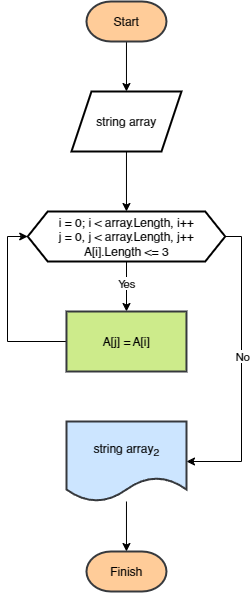
The draw.io diagram 2.drawio.png in PJS00/GB_Base_unit, before a commit. Source tidied: cells renumbered, new cells last; positions are measured from the earlier drawing's top-left corner, leaving out a move shared by most shapes.
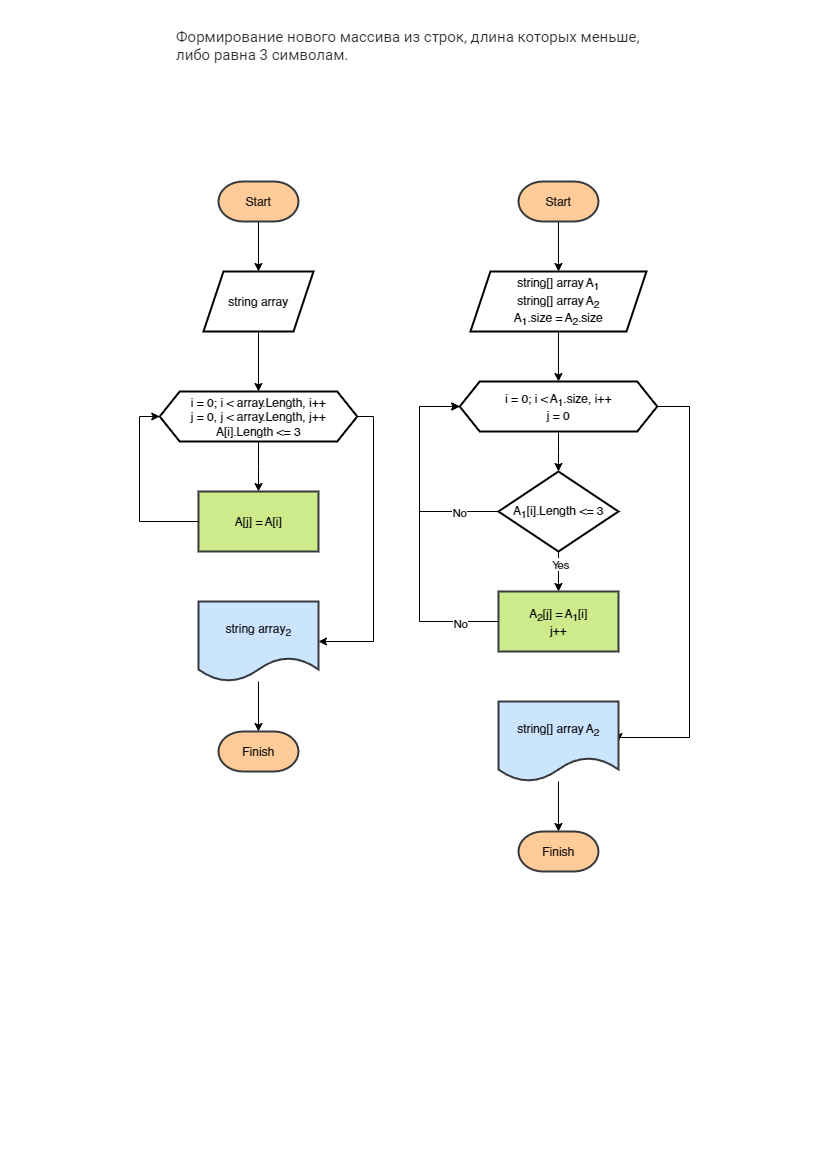
After the change.

Diff of the diagram source:
```diff
@@ -1,26 +1,26 @@
 <mxGraphModel>
   <root>
-    <mxCell id="0" />
-    <mxCell id="1" parent="0" />
-    <mxCell id="2" style="edgeStyle=orthogonalEdgeStyle;rounded=0;jettySize=auto;html=1;" parent="1" edge="1" source="3" target="5">
-      <mxGeometry relative="1" as="geometry" />
-    </mxCell>
-    <mxCell id="3" value="Start" style="strokeWidth=2;html=1;shape=mxgraph.flowchart.terminator;whiteSpace=wrap;fillColor=#ffcc99;strokeColor=#36393d;" parent="1" vertex="1">
-      <mxGeometry x="79" width="80" height="40" as="geometry" />
-    </mxCell>
+    <mxCell id="16" />
+    <mxCell id="17" parent="16" />
+    <mxCell id="18" value="&lt;span style=&quot;color: rgb(44, 45, 48); font-family: Onest, Roboto, &amp;quot;San Francisco&amp;quot;, &amp;quot;Helvetica Neue&amp;quot;, Helvetica, Arial; font-size: 15px; background-color: rgb(255, 255, 255);&quot;&gt;Формирование нового массива из строк, длина которых меньше, либо равна 3 символам.&lt;/span&gt;" style="text;whiteSpace=wrap;html=1;" parent="17" vertex="1">
+      <mxGeometry x="35" y="-160" width="480" height="40" as="geometry" />
+    </mxCell>
+    <mxCell id="19" style="edgeStyle=orthogonalEdgeStyle;rounded=0;jettySize=auto;html=1;" parent="17" edge="1" source="20" target="5">
+      <mxGeometry relative="1" as="geometry" />
+    </mxCell>
+    <mxCell id="20" value="Start" style="strokeWidth=2;html=1;shape=mxgraph.flowchart.terminator;whiteSpace=wrap;fillColor=#ffcc99;strokeColor=#36393d;" parent="17" vertex="1">
+      <mxGeometry x="79" width="80" height="40" as="geometry" />
+    </mxCell>
-    <mxCell id="4" style="edgeStyle=orthogonalEdgeStyle;rounded=0;jettySize=auto;html=1;entryX=0.5;entryY=0;entryDx=0;entryDy=0;" parent="1" edge="1" source="5" target="10">
+    <mxCell id="4" style="edgeStyle=orthogonalEdgeStyle;rounded=0;jettySize=auto;html=1;entryX=0.5;entryY=0;entryDx=0;entryDy=0;" parent="17" edge="1" source="5" target="10">
       <mxGeometry relative="1" as="geometry" />
     </mxCell>
-    <mxCell id="5" value="string array" style="shape=parallelogram;perimeter=parallelogramPerimeter;whiteSpace=wrap;html=1;fixedSize=1;strokeWidth=2;" parent="1" vertex="1">
+    <mxCell id="5" value="string array" style="shape=parallelogram;perimeter=parallelogramPerimeter;whiteSpace=wrap;html=1;fixedSize=1;strokeWidth=2;" parent="17" vertex="1">
       <mxGeometry x="64" y="90" width="110" height="60" as="geometry" />
     </mxCell>
-    <mxCell id="6" style="edgeStyle=orthogonalEdgeStyle;rounded=0;jettySize=auto;html=1;" parent="1" edge="1" source="10" target="12">
+    <mxCell id="6" style="edgeStyle=orthogonalEdgeStyle;rounded=0;jettySize=auto;html=1;" parent="17" edge="1" source="10" target="12">
       <mxGeometry relative="1" as="geometry" />
     </mxCell>
-    <mxCell id="7" value="Yes" style="edgeLabel;html=1;align=center;verticalAlign=middle;" parent="6" vertex="1">
-      <mxGeometry x="-0.12" y="-1" relative="1" as="geometry" />
-    </mxCell>
-    <mxCell id="8" style="edgeStyle=orthogonalEdgeStyle;rounded=0;jettySize=auto;html=1;entryX=1;entryY=0.5;entryDx=0;entryDy=0;" parent="1" edge="1" source="10" target="14">
+    <mxCell id="8" style="edgeStyle=orthogonalEdgeStyle;rounded=0;jettySize=auto;html=1;entryX=1;entryY=0.5;entryDx=0;entryDy=0;" parent="17" edge="1" source="10" target="14">
       <mxGeometry relative="1" as="geometry">
         <Array as="points">
           <mxPoint x="234" y="235" />
@@ -28,13 +28,10 @@
         </Array>
       </mxGeometry>
     </mxCell>
-    <mxCell id="9" value="No" style="edgeLabel;html=1;align=center;verticalAlign=middle;" parent="8" vertex="1">
-      <mxGeometry x="-0.09" relative="1" as="geometry" />
-    </mxCell>
-    <mxCell id="10" value="i = 0; i &amp;lt; array.Length, i++&lt;div&gt;j = 0, j &amp;lt; array.Length, j++&lt;/div&gt;&lt;div&gt;A[i].Length &amp;lt;= 3&lt;/div&gt;" style="shape=hexagon;perimeter=hexagonPerimeter2;whiteSpace=wrap;html=1;fixedSize=1;strokeWidth=2;" parent="1" vertex="1">
+    <mxCell id="10" value="i = 0; i &amp;lt; array.Length, i++&lt;div&gt;j = 0, j &amp;lt; array.Length, j++&lt;/div&gt;&lt;div&gt;A[i].Length &amp;lt;= 3&lt;/div&gt;" style="shape=hexagon;perimeter=hexagonPerimeter2;whiteSpace=wrap;html=1;fixedSize=1;strokeWidth=2;" parent="17" vertex="1">
       <mxGeometry x="20.2" y="210" width="197.5" height="50" as="geometry" />
     </mxCell>
-    <mxCell id="11" style="edgeStyle=orthogonalEdgeStyle;rounded=0;jettySize=auto;html=1;entryX=0;entryY=0.5;entryDx=0;entryDy=0;" parent="1" edge="1" source="12" target="10">
+    <mxCell id="11" style="edgeStyle=orthogonalEdgeStyle;rounded=0;jettySize=auto;html=1;entryX=0;entryY=0.5;entryDx=0;entryDy=0;" parent="17" edge="1" source="12" target="10">
       <mxGeometry relative="1" as="geometry">
         <Array as="points">
           <mxPoint y="340" />
@@ -42,17 +39,93 @@
         </Array>
       </mxGeometry>
     </mxCell>
-    <mxCell id="12" value="A[j] = A[i]" style="whiteSpace=wrap;html=1;strokeWidth=2;fillColor=#cdeb8b;strokeColor=#36393d;" parent="1" vertex="1">
+    <mxCell id="12" value="A[j] = A[i]" style="whiteSpace=wrap;html=1;strokeWidth=2;fillColor=#cdeb8b;strokeColor=#36393d;" parent="17" vertex="1">
       <mxGeometry x="59" y="310" width="120" height="60" as="geometry" />
     </mxCell>
-    <mxCell id="13" value="Finish" style="strokeWidth=2;html=1;shape=mxgraph.flowchart.terminator;whiteSpace=wrap;fillColor=#ffcc99;strokeColor=#36393d;" parent="1" vertex="1">
-      <mxGeometry x="79" y="550" width="80" height="40" as="geometry" />
-    </mxCell>
+    <mxCell id="21" value="Finish" style="strokeWidth=2;html=1;shape=mxgraph.flowchart.terminator;whiteSpace=wrap;fillColor=#ffcc99;strokeColor=#36393d;" parent="17" vertex="1">
+      <mxGeometry x="79" y="550" width="80" height="40" as="geometry" />
+    </mxCell>
-    <mxCell id="14" value="string array&lt;sub&gt;2&lt;/sub&gt;" style="shape=document;whiteSpace=wrap;html=1;boundedLbl=1;strokeWidth=2;fillColor=#cce5ff;strokeColor=#36393d;" parent="1" vertex="1">
+    <mxCell id="14" value="string array&lt;sub&gt;2&lt;/sub&gt;" style="shape=document;whiteSpace=wrap;html=1;boundedLbl=1;strokeWidth=2;fillColor=#cce5ff;strokeColor=#36393d;" parent="17" vertex="1">
       <mxGeometry x="59" y="420" width="120" height="80" as="geometry" />
     </mxCell>
-    <mxCell id="15" style="edgeStyle=orthogonalEdgeStyle;rounded=0;jettySize=auto;html=1;entryX=0.5;entryY=0;entryDx=0;entryDy=0;entryPerimeter=0;" parent="1" edge="1" source="14" target="13">
-      <mxGeometry relative="1" as="geometry" />
-    </mxCell>
+    <mxCell id="22" style="edgeStyle=orthogonalEdgeStyle;rounded=0;jettySize=auto;html=1;entryX=0.5;entryY=0;entryDx=0;entryDy=0;entryPerimeter=0;" parent="17" edge="1" source="14" target="21">
+      <mxGeometry relative="1" as="geometry" />
+    </mxCell>
+    <mxCell id="23" style="edgeStyle=orthogonalEdgeStyle;rounded=0;jettySize=auto;html=1;entryX=0.5;entryY=0;entryDx=0;entryDy=0;" parent="17" edge="1" source="26" target="36">
+      <mxGeometry relative="1" as="geometry" />
+    </mxCell>
+    <mxCell id="7" value="Yes" style="edgeLabel;html=1;align=center;verticalAlign=middle;" parent="23" vertex="1">
+      <mxGeometry x="-0.8" y="1" relative="1" as="geometry">
+        <mxPoint y="9" as="offset" />
+      </mxGeometry>
+    </mxCell>
+    <mxCell id="24" style="edgeStyle=orthogonalEdgeStyle;rounded=0;jettySize=auto;html=1;entryX=0;entryY=0.5;entryDx=0;entryDy=0;" parent="17" edge="1" source="26" target="33">
+      <mxGeometry relative="1" as="geometry">
+        <Array as="points">
+          <mxPoint x="280" y="330" />
+          <mxPoint x="280" y="225" />
+        </Array>
+      </mxGeometry>
+    </mxCell>
+    <mxCell id="25" value="No" style="edgeLabel;html=1;align=center;verticalAlign=middle;" parent="24" vertex="1">
+      <mxGeometry x="-0.84" y="-2" relative="1" as="geometry">
+        <mxPoint x="-21" y="2" as="offset" />
+      </mxGeometry>
+    </mxCell>
+    <mxCell id="26" value="A&lt;sub&gt;1&lt;/sub&gt;[i].Length &amp;lt;= 3" style="rhombus;whiteSpace=wrap;html=1;strokeWidth=2;" parent="17" vertex="1">
+      <mxGeometry x="359" y="290" width="120" height="80" as="geometry" />
+    </mxCell>
+    <mxCell id="27" style="edgeStyle=orthogonalEdgeStyle;rounded=0;jettySize=auto;html=1;" parent="17" edge="1" source="28" target="30">
+      <mxGeometry relative="1" as="geometry" />
+    </mxCell>
+    <mxCell id="28" value="Start" style="strokeWidth=2;html=1;shape=mxgraph.flowchart.terminator;whiteSpace=wrap;fillColor=#ffcc99;strokeColor=#36393d;" parent="17" vertex="1">
+      <mxGeometry x="379" width="80" height="40" as="geometry" />
+    </mxCell>
+    <mxCell id="29" style="edgeStyle=orthogonalEdgeStyle;rounded=0;jettySize=auto;html=1;entryX=0.5;entryY=0;entryDx=0;entryDy=0;" parent="17" edge="1" source="30" target="33">
+      <mxGeometry relative="1" as="geometry" />
+    </mxCell>
+    <mxCell id="30" value="string[] array A&lt;sub&gt;1&lt;/sub&gt;&lt;div&gt;string[] array A&lt;sub&gt;2&lt;/sub&gt;&lt;sub&gt;&lt;br&gt;&lt;/sub&gt;&lt;/div&gt;&lt;div style=&quot;&quot;&gt;&lt;span style=&quot;&quot;&gt;A&lt;sub&gt;1&lt;/sub&gt;.size = A&lt;sub&gt;2&lt;/sub&gt;.size&lt;/span&gt;&lt;/div&gt;" style="shape=parallelogram;perimeter=parallelogramPerimeter;whiteSpace=wrap;html=1;fixedSize=1;strokeWidth=2;" parent="17" vertex="1">
+      <mxGeometry x="330.9" y="90" width="176" height="60" as="geometry" />
+    </mxCell>
+    <mxCell id="31" style="edgeStyle=orthogonalEdgeStyle;rounded=0;jettySize=auto;html=1;entryX=1;entryY=0.5;entryDx=0;entryDy=0;" parent="17" edge="1" source="33" target="38">
+      <mxGeometry relative="1" as="geometry">
+        <Array as="points">
+          <mxPoint x="550" y="225" />
+          <mxPoint x="550" y="556" />
+          <mxPoint x="479" y="556" />
+        </Array>
+      </mxGeometry>
+    </mxCell>
+    <mxCell id="32" style="edgeStyle=orthogonalEdgeStyle;rounded=0;jettySize=auto;html=1;entryX=0.5;entryY=0;entryDx=0;entryDy=0;" parent="17" edge="1" source="33" target="26">
+      <mxGeometry relative="1" as="geometry" />
+    </mxCell>
+    <mxCell id="33" value="i = 0; i &amp;lt; A&lt;sub&gt;1&lt;/sub&gt;.size, i++&lt;br&gt;&lt;div&gt;&lt;span style=&quot;background-color: initial;&quot;&gt;j = 0&lt;/span&gt;&lt;/div&gt;" style="shape=hexagon;perimeter=hexagonPerimeter2;whiteSpace=wrap;html=1;fixedSize=1;strokeWidth=2;" parent="17" vertex="1">
+      <mxGeometry x="320.2" y="200" width="197.5" height="50" as="geometry" />
+    </mxCell>
+    <mxCell id="34" style="edgeStyle=orthogonalEdgeStyle;rounded=0;jettySize=auto;html=1;entryX=0;entryY=0.5;entryDx=0;entryDy=0;" parent="17" edge="1" source="36" target="33">
+      <mxGeometry relative="1" as="geometry">
+        <Array as="points">
+          <mxPoint x="280" y="440" />
+          <mxPoint x="280" y="225" />
+        </Array>
+      </mxGeometry>
+    </mxCell>
+    <mxCell id="35" value="No" style="edgeLabel;html=1;align=center;verticalAlign=middle;" parent="34" vertex="1">
+      <mxGeometry x="0.53" relative="1" as="geometry">
+        <mxPoint x="40" y="177" as="offset" />
+      </mxGeometry>
+    </mxCell>
+    <mxCell id="36" value="A&lt;sub&gt;2&lt;/sub&gt;[j] = A&lt;sub&gt;1&lt;/sub&gt;[i]&lt;div&gt;j++&lt;br&gt;&lt;/div&gt;" style="whiteSpace=wrap;html=1;strokeWidth=2;fillColor=#cdeb8b;strokeColor=#36393d;" parent="17" vertex="1">
+      <mxGeometry x="359" y="410" width="120" height="60" as="geometry" />
+    </mxCell>
+    <mxCell id="37" value="Finish" style="strokeWidth=2;html=1;shape=mxgraph.flowchart.terminator;whiteSpace=wrap;fillColor=#ffcc99;strokeColor=#36393d;" parent="17" vertex="1">
+      <mxGeometry x="379" y="650" width="80" height="40" as="geometry" />
+    </mxCell>
+    <mxCell id="38" value="string[] array A&lt;sub&gt;2&lt;/sub&gt;" style="shape=document;whiteSpace=wrap;html=1;boundedLbl=1;strokeWidth=2;fillColor=#cce5ff;strokeColor=#36393d;" parent="17" vertex="1">
+      <mxGeometry x="359" y="520" width="120" height="80" as="geometry" />
+    </mxCell>
+    <mxCell id="39" style="edgeStyle=orthogonalEdgeStyle;rounded=0;jettySize=auto;html=1;entryX=0.5;entryY=0;entryDx=0;entryDy=0;entryPerimeter=0;" parent="17" edge="1" source="38" target="37">
+      <mxGeometry relative="1" as="geometry" />
+    </mxCell>
   </root>
 </mxGraphModel>
```
